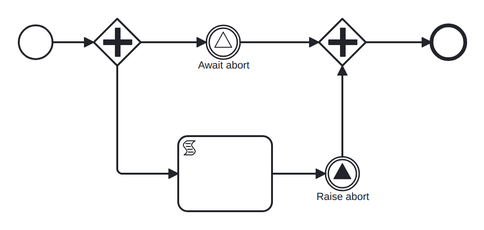
This is conformance/catalog/diagrams/signal-throw-catch.png from pblumer/atlas, a BPMN export, as it was before one commit. Its source is kept beside it as conformance/models/signal-throw-catch.bpmn. Ids are renumbered.
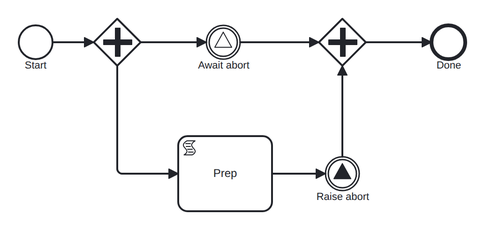
Above is the later version.

What changed in the source:
```diff
@@ -17,12 +17,12 @@
              id="defs_signal_throw_catch" targetNamespace="http://atlas/conformance">
   <signal id="Sig_abort" name="abort"/>
   <process id="signal-throw-catch" name="Signal throw/catch" isExecutable="true">
-    <startEvent id="start"/>
+    <startEvent id="start" name="Start"/>
     <parallelGateway id="fork"/>
     <intermediateCatchEvent id="await_abort" name="Await abort">
       <signalEventDefinition signalRef="Sig_abort"/>
     </intermediateCatchEvent>
-    <scriptTask id="prep">
+    <scriptTask id="prep" name="Prep">
       <extensionElements>
         <zeebe:script expression="= 1" resultVariable="ready"/>
       </extensionElements>
@@ -31,7 +31,7 @@
       <signalEventDefinition signalRef="Sig_abort"/>
     </intermediateThrowEvent>
     <parallelGateway id="join"/>
-    <endEvent id="end"/>
+    <endEvent id="end" name="Done"/>
     <sequenceFlow id="f1" sourceRef="start" targetRef="fork"/>
     <sequenceFlow id="f2" sourceRef="fork" targetRef="await_abort"/>
     <sequenceFlow id="f3" sourceRef="fork" targetRef="prep"/>
```
